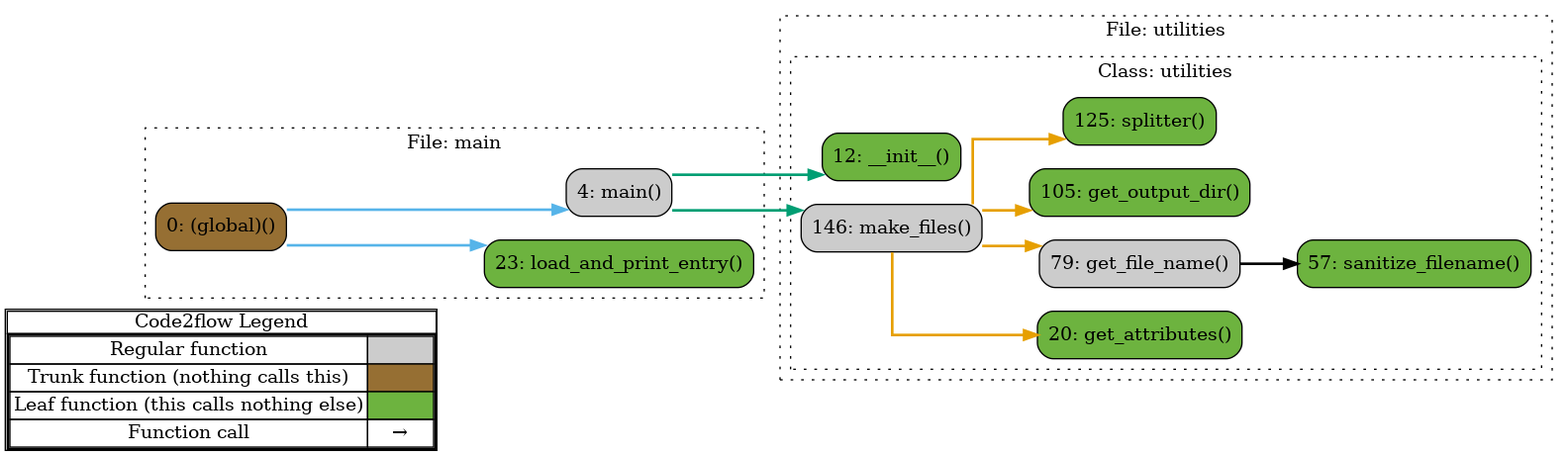
Above: PythonCode/Utilities/utilitiesflow.png in cbarbes1/Rommel-Center-Research (Graphviz), before the change. Its source is kept beside it as PythonCode/Utilities/utilitiesflow.gv. Source of this version:
```dot
digraph G {
concentrate=true;
splines="ortho";
rankdir="LR";
subgraph legend{
    rank = min;
    label = "legend";
    Legend [shape=none, margin=0, label = <
        <table cellspacing="0" cellpadding="0" border="1"><tr><td>Code2flow Legend</td></tr><tr><td>
        <table cellspacing="0">
        <tr><td>Regular function</td><td width="50px" bgcolor='#cccccc'></td></tr>
        <tr><td>Trunk function (nothing calls this)</td><td bgcolor='#966F33'></td></tr>
        <tr><td>Leaf function (this calls nothing else)</td><td bgcolor='#6db33f'></td></tr>
        <tr><td>Function call</td><td><font color='black'>&#8594;</font></td></tr>
        </table></td></tr></table>
        >];
}node_9141d482 [label="0: (global)()" name="main::(global)" shape="rect" style="rounded,filled" fillcolor="#966F33" ];
node_ce73492d [label="23: load_and_print_entry()" name="main::load_and_print_entry" shape="rect" style="rounded,filled" fillcolor="#6db33f" ];
node_381494ab [label="4: main()" name="main::main" shape="rect" style="rounded,filled" fillcolor="#cccccc" ];
node_ff552dd5 [label="12: __init__()" name="Utilities::Utilities.__init__" shape="rect" style="rounded,filled" fillcolor="#6db33f" ];
node_4bcbf66a [label="20: get_attributes()" name="Utilities::Utilities.get_attributes" shape="rect" style="rounded,filled" fillcolor="#6db33f" ];
node_c1e93f88 [label="79: get_file_name()" name="Utilities::Utilities.get_file_name" shape="rect" style="rounded,filled" fillcolor="#cccccc" ];
node_31ae4093 [label="105: get_output_dir()" name="Utilities::Utilities.get_output_dir" shape="rect" style="rounded,filled" fillcolor="#6db33f" ];
node_86c38449 [label="146: make_files()" name="Utilities::Utilities.make_files" shape="rect" style="rounded,filled" fillcolor="#cccccc" ];
node_51398051 [label="57: sanitize_filename()" name="Utilities::Utilities.sanitize_filename" shape="rect" style="rounded,filled" fillcolor="#6db33f" ];
node_60927455 [label="125: splitter()" name="Utilities::Utilities.splitter" shape="rect" style="rounded,filled" fillcolor="#6db33f" ];
node_9141d482 -> node_ce73492d [color="#56B4E9" penwidth="2"];
node_9141d482 -> node_381494ab [color="#56B4E9" penwidth="2"];
node_381494ab -> node_ff552dd5 [color="#009E73" penwidth="2"];
node_381494ab -> node_86c38449 [color="#009E73" penwidth="2"];
node_c1e93f88 -> node_51398051 [color="#000000" penwidth="2"];
node_c1e93f88 -> node_51398051 [color="#000000" penwidth="2"];
node_86c38449 -> node_4bcbf66a [color="#E69F00" penwidth="2"];
node_86c38449 -> node_c1e93f88 [color="#E69F00" penwidth="2"];
node_86c38449 -> node_31ae4093 [color="#E69F00" penwidth="2"];
node_86c38449 -> node_60927455 [color="#E69F00" penwidth="2"];
subgraph cluster_90af78f8 {
    node_381494ab node_ce73492d node_9141d482;
    label="File: main";
    name="main";
    style="filled";
    graph[style=dotted];
};
subgraph cluster_4cd78c00 {
    label="File: Utilities";
    name="Utilities";
    style="filled";
    graph[style=dotted];
    subgraph cluster_d0b9fbb7 {
        node_ff552dd5 node_4bcbf66a node_51398051 node_c1e93f88 node_31ae4093 node_60927455 node_86c38449;
        label="Class: Utilities";
        name="Utilities";
        style="filled";
        graph[style=dotted];
    };
};
}
```
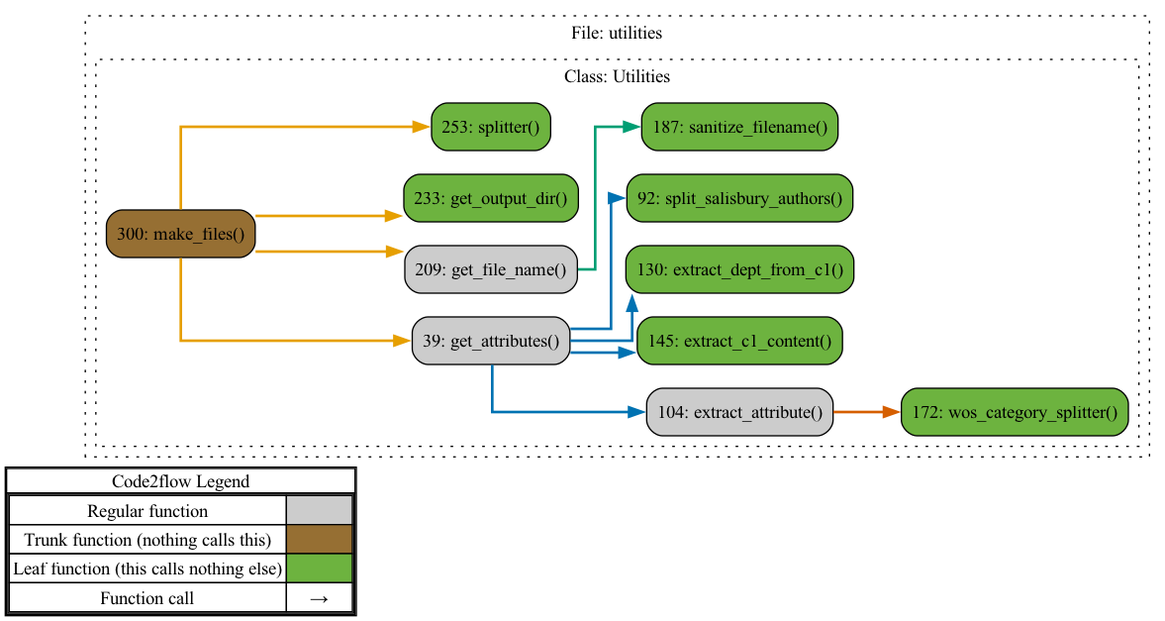
The same diagram one commit later.

Diff of the diagram source:
```diff
@@ -14,40 +14,35 @@
         <tr><td>Function call</td><td><font color='black'>&#8594;</font></td></tr>
         </table></td></tr></table>
         >];
-}node_9141d482 [label="0: (global)()" name="main::(global)" shape="rect" style="rounded,filled" fillcolor="#966F33" ];
-node_ce73492d [label="23: load_and_print_entry()" name="main::load_and_print_entry" shape="rect" style="rounded,filled" fillcolor="#6db33f" ];
-node_381494ab [label="4: main()" name="main::main" shape="rect" style="rounded,filled" fillcolor="#cccccc" ];
-node_ff552dd5 [label="12: __init__()" name="Utilities::Utilities.__init__" shape="rect" style="rounded,filled" fillcolor="#6db33f" ];
-node_4bcbf66a [label="20: get_attributes()" name="Utilities::Utilities.get_attributes" shape="rect" style="rounded,filled" fillcolor="#6db33f" ];
-node_c1e93f88 [label="79: get_file_name()" name="Utilities::Utilities.get_file_name" shape="rect" style="rounded,filled" fillcolor="#cccccc" ];
-node_31ae4093 [label="105: get_output_dir()" name="Utilities::Utilities.get_output_dir" shape="rect" style="rounded,filled" fillcolor="#6db33f" ];
-node_86c38449 [label="146: make_files()" name="Utilities::Utilities.make_files" shape="rect" style="rounded,filled" fillcolor="#cccccc" ];
-node_51398051 [label="57: sanitize_filename()" name="Utilities::Utilities.sanitize_filename" shape="rect" style="rounded,filled" fillcolor="#6db33f" ];
-node_60927455 [label="125: splitter()" name="Utilities::Utilities.splitter" shape="rect" style="rounded,filled" fillcolor="#6db33f" ];
-node_9141d482 -> node_ce73492d [color="#56B4E9" penwidth="2"];
-node_9141d482 -> node_381494ab [color="#56B4E9" penwidth="2"];
-node_381494ab -> node_ff552dd5 [color="#009E73" penwidth="2"];
-node_381494ab -> node_86c38449 [color="#009E73" penwidth="2"];
-node_c1e93f88 -> node_51398051 [color="#000000" penwidth="2"];
-node_c1e93f88 -> node_51398051 [color="#000000" penwidth="2"];
-node_86c38449 -> node_4bcbf66a [color="#E69F00" penwidth="2"];
-node_86c38449 -> node_c1e93f88 [color="#E69F00" penwidth="2"];
-node_86c38449 -> node_31ae4093 [color="#E69F00" penwidth="2"];
-node_86c38449 -> node_60927455 [color="#E69F00" penwidth="2"];
-subgraph cluster_90af78f8 {
-    node_381494ab node_ce73492d node_9141d482;
-    label="File: main";
-    name="main";
+}node_32ef5ac6 [label="104: extract_attribute()" name="utilities::Utilities.extract_attribute" shape="rect" style="rounded,filled" fillcolor="#cccccc" ];
+node_aecf2f93 [label="145: extract_c1_content()" name="utilities::Utilities.extract_c1_content" shape="rect" style="rounded,filled" fillcolor="#6db33f" ];
+node_45c07a27 [label="130: extract_dept_from_c1()" name="utilities::Utilities.extract_dept_from_c1" shape="rect" style="rounded,filled" fillcolor="#6db33f" ];
+node_22c762b5 [label="39: get_attributes()" name="utilities::Utilities.get_attributes" shape="rect" style="rounded,filled" fillcolor="#cccccc" ];
+node_33617b83 [label="209: get_file_name()" name="utilities::Utilities.get_file_name" shape="rect" style="rounded,filled" fillcolor="#cccccc" ];
+node_99dad4bc [label="233: get_output_dir()" name="utilities::Utilities.get_output_dir" shape="rect" style="rounded,filled" fillcolor="#6db33f" ];
+node_2dae0279 [label="300: make_files()" name="utilities::Utilities.make_files" shape="rect" style="rounded,filled" fillcolor="#966F33" ];
+node_6885660e [label="187: sanitize_filename()" name="utilities::Utilities.sanitize_filename" shape="rect" style="rounded,filled" fillcolor="#6db33f" ];
+node_bced59fa [label="92: split_salisbury_authors()" name="utilities::Utilities.split_salisbury_authors" shape="rect" style="rounded,filled" fillcolor="#6db33f" ];
+node_579391b7 [label="253: splitter()" name="utilities::Utilities.splitter" shape="rect" style="rounded,filled" fillcolor="#6db33f" ];
+node_d50daefc [label="172: wos_category_splitter()" name="utilities::Utilities.wos_category_splitter" shape="rect" style="rounded,filled" fillcolor="#6db33f" ];
+node_32ef5ac6 -> node_d50daefc [color="#D55E00" penwidth="2"];
+node_22c762b5 -> node_32ef5ac6 [color="#0072B2" penwidth="2"];
+node_22c762b5 -> node_aecf2f93 [color="#0072B2" penwidth="2"];
+node_22c762b5 -> node_45c07a27 [color="#0072B2" penwidth="2"];
+node_22c762b5 -> node_bced59fa [color="#0072B2" penwidth="2"];
+node_33617b83 -> node_6885660e [color="#009E73" penwidth="2"];
+node_33617b83 -> node_6885660e [color="#009E73" penwidth="2"];
+node_2dae0279 -> node_22c762b5 [color="#E69F00" penwidth="2"];
+node_2dae0279 -> node_33617b83 [color="#E69F00" penwidth="2"];
+node_2dae0279 -> node_99dad4bc [color="#E69F00" penwidth="2"];
+node_2dae0279 -> node_579391b7 [color="#E69F00" penwidth="2"];
+subgraph cluster_371dd0b4 {
+    label="File: utilities";
+    name="utilities";
     style="filled";
     graph[style=dotted];
-};
-subgraph cluster_4cd78c00 {
-    label="File: Utilities";
-    name="Utilities";
-    style="filled";
-    graph[style=dotted];
-    subgraph cluster_d0b9fbb7 {
-        node_ff552dd5 node_4bcbf66a node_51398051 node_c1e93f88 node_31ae4093 node_60927455 node_86c38449;
+    subgraph cluster_a5d1e199 {
+        node_22c762b5 node_bced59fa node_32ef5ac6 node_45c07a27 node_aecf2f93 node_d50daefc node_6885660e node_33617b83 node_99dad4bc node_579391b7 node_2dae0279;
         label="Class: Utilities";
         name="Utilities";
         style="filled";
```
